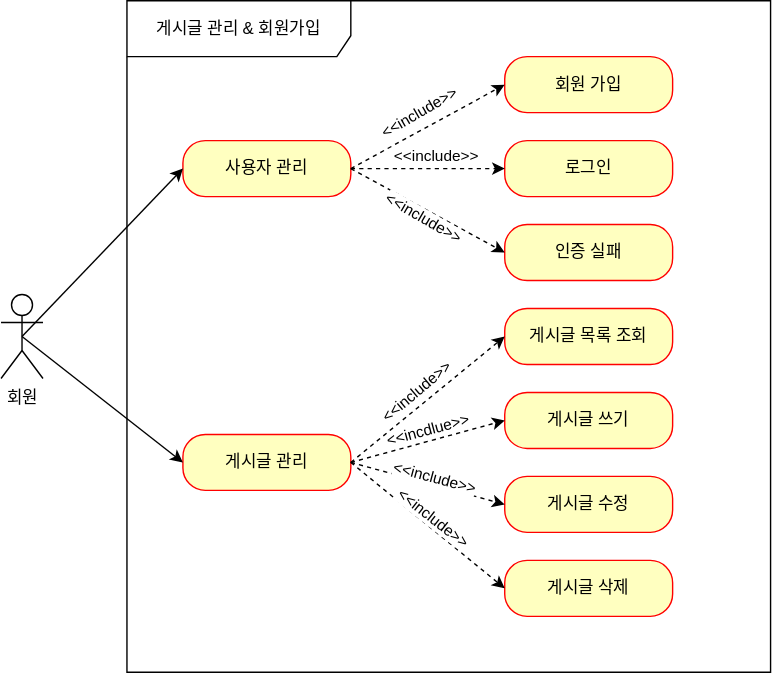
Above: document/Spring.drawio.svg in leejk0924/hhplus-spring (draw.io), before the change. Source tidied: cells renumbered, new cells last; positions are measured from the earlier drawing's top-left corner, leaving out a move shared by most shapes. Its diagram source:
```xml
<mxGraphModel>
  <root>
    <mxCell id="0" />
    <mxCell id="1" parent="0" />
    <mxCell id="2" value="회원" style="shape=umlActor;verticalLabelPosition=bottom;verticalAlign=top;html=1;outlineConnect=0;" parent="1" vertex="1">
      <mxGeometry y="210" width="30" height="60" as="geometry" />
    </mxCell>
    <mxCell id="3" value="게시글 관리 &amp;amp; 회원가입" style="shape=umlFrame;whiteSpace=wrap;html=1;width=160;height=40;" parent="1" vertex="1">
      <mxGeometry x="90" width="460" height="480" as="geometry" />
    </mxCell>
    <mxCell id="4" value="게시글 관리" style="rounded=1;whiteSpace=wrap;html=1;arcSize=40;fontColor=#000000;fillColor=#ffffc0;strokeColor=#ff0000;" parent="1" vertex="1">
      <mxGeometry x="130" y="310" width="120" height="40" as="geometry" />
    </mxCell>
    <mxCell id="5" style="endArrow=classic;html=1;rounded=0;exitX=0.5;exitY=0.5;exitDx=0;exitDy=0;exitPerimeter=0;entryX=0;entryY=0.5;entryDx=0;entryDy=0;" parent="1" edge="1" source="2" target="4">
      <mxGeometry relative="1" as="geometry" />
    </mxCell>
    <mxCell id="6" value="게시글 쓰기" style="rounded=1;whiteSpace=wrap;html=1;arcSize=40;fontColor=#000000;fillColor=#ffffc0;strokeColor=#ff0000;" parent="1" vertex="1">
      <mxGeometry x="360" y="280" width="120" height="40" as="geometry" />
    </mxCell>
    <mxCell id="7" value="게시글 삭제" style="rounded=1;whiteSpace=wrap;html=1;arcSize=40;fontColor=#000000;fillColor=#ffffc0;strokeColor=#ff0000;" parent="1" vertex="1">
      <mxGeometry x="360" y="400" width="120" height="40" as="geometry" />
    </mxCell>
    <mxCell id="8" value="게시글 수정" style="rounded=1;whiteSpace=wrap;html=1;arcSize=40;fontColor=#000000;fillColor=#ffffc0;strokeColor=#ff0000;" parent="1" vertex="1">
      <mxGeometry x="360" y="340" width="120" height="40" as="geometry" />
    </mxCell>
    <mxCell id="9" value="게시글 목록 조회" style="rounded=1;whiteSpace=wrap;html=1;arcSize=40;fontColor=#000000;fillColor=#ffffc0;strokeColor=#ff0000;" parent="1" vertex="1">
      <mxGeometry x="360" y="220" width="120" height="40" as="geometry" />
    </mxCell>
    <mxCell id="10" style="edgeStyle=orthogonalEdgeStyle;rounded=0;orthogonalLoop=1;jettySize=auto;html=1;exitX=0.5;exitY=1;exitDx=0;exitDy=0;" parent="1" edge="1" source="4" target="4">
      <mxGeometry relative="1" as="geometry" />
    </mxCell>
    <mxCell id="11" style="endArrow=classic;html=1;rounded=0;exitX=1;exitY=0.5;exitDx=0;exitDy=0;entryX=0;entryY=0.5;entryDx=0;entryDy=0;dashed=1;" parent="1" edge="1" source="4" target="6">
      <mxGeometry relative="1" as="geometry" />
    </mxCell>
    <mxCell id="12" value="&amp;lt;&amp;lt;incdlue&amp;gt;&amp;gt;" style="edgeLabel;html=1;align=center;verticalAlign=middle;rotation=-15;" parent="11" vertex="1">
      <mxGeometry x="0.29" y="-2" relative="1" as="geometry">
        <mxPoint x="-17" y="-6" as="offset" />
      </mxGeometry>
    </mxCell>
    <mxCell id="13" style="endArrow=classic;html=1;rounded=0;exitX=1;exitY=0.5;exitDx=0;exitDy=0;entryX=0;entryY=0.5;entryDx=0;entryDy=0;dashed=1;" parent="1" edge="1" source="4" target="8">
      <mxGeometry relative="1" as="geometry" />
    </mxCell>
    <mxCell id="14" value="&amp;lt;&amp;lt;include&amp;gt;&amp;gt;" style="edgeLabel;html=1;align=center;verticalAlign=middle;rotation=15;" parent="13" vertex="1">
      <mxGeometry x="0.42" y="-2" relative="1" as="geometry">
        <mxPoint x="-18" y="-13" as="offset" />
      </mxGeometry>
    </mxCell>
    <mxCell id="15" style="endArrow=classic;html=1;rounded=0;exitX=1;exitY=0.5;exitDx=0;exitDy=0;entryX=0;entryY=0.5;entryDx=0;entryDy=0;dashed=1;" parent="1" edge="1" source="4" target="7">
      <mxGeometry relative="1" as="geometry" />
    </mxCell>
    <mxCell id="16" value="&amp;lt;&amp;lt;include&amp;gt;&amp;gt;" style="edgeLabel;html=1;align=center;verticalAlign=middle;rotation=38;" parent="15" vertex="1">
      <mxGeometry x="0.27" y="1" relative="1" as="geometry">
        <mxPoint x="-11" y="-17" as="offset" />
      </mxGeometry>
    </mxCell>
    <mxCell id="17" style="endArrow=classic;html=1;rounded=0;exitX=1;exitY=0.5;exitDx=0;exitDy=0;entryX=0;entryY=0.5;entryDx=0;entryDy=0;dashed=1;" parent="1" edge="1" source="4" target="9">
      <mxGeometry relative="1" as="geometry" />
    </mxCell>
    <mxCell id="18" value="&amp;lt;&amp;lt;include&amp;gt;&amp;gt;" style="edgeLabel;html=1;align=center;verticalAlign=middle;rotation=-40;" parent="17" vertex="1">
      <mxGeometry x="0.48" y="3" relative="1" as="geometry">
        <mxPoint x="-34" y="19" as="offset" />
      </mxGeometry>
    </mxCell>
    <mxCell id="19" value="사용자 관리" style="rounded=1;whiteSpace=wrap;html=1;arcSize=40;fontColor=#000000;fillColor=#ffffc0;strokeColor=#ff0000;" parent="1" vertex="1">
      <mxGeometry x="130" y="100" width="120" height="40" as="geometry" />
    </mxCell>
    <mxCell id="20" value="회원 가입" style="rounded=1;whiteSpace=wrap;html=1;arcSize=40;fontColor=#000000;fillColor=#ffffc0;strokeColor=#ff0000;" parent="1" vertex="1">
      <mxGeometry x="360" y="40" width="120" height="40" as="geometry" />
    </mxCell>
    <mxCell id="21" value="로그인" style="rounded=1;whiteSpace=wrap;html=1;arcSize=40;fontColor=#000000;fillColor=#ffffc0;strokeColor=#ff0000;" parent="1" vertex="1">
      <mxGeometry x="360" y="100" width="120" height="40" as="geometry" />
    </mxCell>
    <mxCell id="22" value="인증 실패" style="rounded=1;whiteSpace=wrap;html=1;arcSize=40;fontColor=#000000;fillColor=#ffffc0;strokeColor=#ff0000;" parent="1" vertex="1">
      <mxGeometry x="360" y="160" width="120" height="40" as="geometry" />
    </mxCell>
    <mxCell id="23" style="endArrow=classic;html=1;rounded=0;exitX=0.5;exitY=0.5;exitDx=0;exitDy=0;exitPerimeter=0;entryX=0;entryY=0.5;entryDx=0;entryDy=0;" parent="1" edge="1" source="2" target="19">
      <mxGeometry relative="1" as="geometry" />
    </mxCell>
    <mxCell id="24" style="endArrow=classic;html=1;rounded=0;exitX=1;exitY=0.5;exitDx=0;exitDy=0;entryX=0;entryY=0.5;entryDx=0;entryDy=0;dashed=1;" parent="1" edge="1" source="19" target="21">
      <mxGeometry relative="1" as="geometry" />
    </mxCell>
    <mxCell id="25" value="&amp;lt;&amp;lt;include&amp;gt;&amp;gt;" style="edgeLabel;html=1;align=center;verticalAlign=middle;rotation=0;" parent="24" vertex="1">
      <mxGeometry x="0.48" y="3" relative="1" as="geometry">
        <mxPoint x="-21" y="-7" as="offset" />
      </mxGeometry>
    </mxCell>
    <mxCell id="26" style="endArrow=classic;html=1;rounded=0;exitX=1;exitY=0.5;exitDx=0;exitDy=0;entryX=0;entryY=0.5;entryDx=0;entryDy=0;dashed=1;" parent="1" edge="1" source="19" target="20">
      <mxGeometry relative="1" as="geometry" />
    </mxCell>
    <mxCell id="27" value="&amp;lt;&amp;lt;include&amp;gt;&amp;gt;" style="edgeLabel;html=1;align=center;verticalAlign=middle;rotation=-30;" parent="26" vertex="1">
      <mxGeometry x="0.48" y="3" relative="1" as="geometry">
        <mxPoint x="-31" y="7" as="offset" />
      </mxGeometry>
    </mxCell>
    <mxCell id="28" style="endArrow=classic;html=1;rounded=0;exitX=1;exitY=0.5;exitDx=0;exitDy=0;entryX=0;entryY=0.5;entryDx=0;entryDy=0;dashed=1;" parent="1" edge="1" source="19" target="22">
      <mxGeometry relative="1" as="geometry" />
    </mxCell>
    <mxCell id="29" value="&amp;lt;&amp;lt;include&amp;gt;&amp;gt;" style="edgeLabel;html=1;align=center;verticalAlign=middle;rotation=30;" parent="28" vertex="1">
      <mxGeometry x="0.48" y="3" relative="1" as="geometry">
        <mxPoint x="-31" y="-7" as="offset" />
      </mxGeometry>
    </mxCell>
  </root>
</mxGraphModel>
```
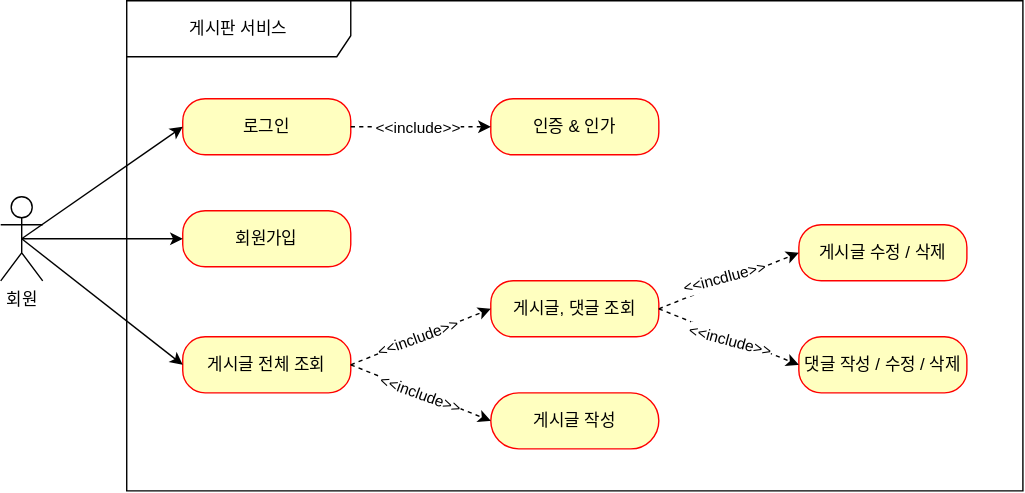
Above is the later version.

Commit message:
Docs: #11 - 유즈케이스 업데이트

Diff of the diagram source:
```diff
@@ -3,102 +3,88 @@
     <mxCell id="0" />
     <mxCell id="1" parent="0" />
     <mxCell id="2" value="회원" style="shape=umlActor;verticalLabelPosition=bottom;verticalAlign=top;html=1;outlineConnect=0;" parent="1" vertex="1">
-      <mxGeometry y="210" width="30" height="60" as="geometry" />
+      <mxGeometry x="-90" y="220" width="30" height="60" as="geometry" />
     </mxCell>
-    <mxCell id="3" value="게시글 관리 &amp;amp; 회원가입" style="shape=umlFrame;whiteSpace=wrap;html=1;width=160;height=40;" parent="1" vertex="1">
-      <mxGeometry x="90" width="460" height="480" as="geometry" />
+    <mxCell id="3" value="게시판 서비스" style="shape=umlFrame;whiteSpace=wrap;html=1;width=160;height=40;" parent="1" vertex="1">
+      <mxGeometry y="80" width="640" height="350" as="geometry" />
     </mxCell>
-    <mxCell id="4" value="게시글 관리" style="rounded=1;whiteSpace=wrap;html=1;arcSize=40;fontColor=#000000;fillColor=#ffffc0;strokeColor=#ff0000;" parent="1" vertex="1">
-      <mxGeometry x="130" y="310" width="120" height="40" as="geometry" />
+    <mxCell id="4" value="게시글 전체 조회" style="rounded=1;whiteSpace=wrap;html=1;arcSize=40;fontColor=#000000;fillColor=#ffffc0;strokeColor=#ff0000;" parent="1" vertex="1">
+      <mxGeometry x="40" y="320" width="120" height="40" as="geometry" />
     </mxCell>
     <mxCell id="5" style="endArrow=classic;html=1;rounded=0;exitX=0.5;exitY=0.5;exitDx=0;exitDy=0;exitPerimeter=0;entryX=0;entryY=0.5;entryDx=0;entryDy=0;" parent="1" edge="1" source="2" target="4">
       <mxGeometry relative="1" as="geometry" />
     </mxCell>
-    <mxCell id="6" value="게시글 쓰기" style="rounded=1;whiteSpace=wrap;html=1;arcSize=40;fontColor=#000000;fillColor=#ffffc0;strokeColor=#ff0000;" parent="1" vertex="1">
-      <mxGeometry x="360" y="280" width="120" height="40" as="geometry" />
+    <mxCell id="6" value="게시글 수정 / 삭제" style="rounded=1;whiteSpace=wrap;html=1;arcSize=40;fontColor=#000000;fillColor=#ffffc0;strokeColor=#ff0000;" parent="1" vertex="1">
+      <mxGeometry x="480" y="240" width="120" height="40" as="geometry" />
     </mxCell>
-    <mxCell id="7" value="게시글 삭제" style="rounded=1;whiteSpace=wrap;html=1;arcSize=40;fontColor=#000000;fillColor=#ffffc0;strokeColor=#ff0000;" parent="1" vertex="1">
-      <mxGeometry x="360" y="400" width="120" height="40" as="geometry" />
-    </mxCell>
-    <mxCell id="8" value="게시글 수정" style="rounded=1;whiteSpace=wrap;html=1;arcSize=40;fontColor=#000000;fillColor=#ffffc0;strokeColor=#ff0000;" parent="1" vertex="1">
-      <mxGeometry x="360" y="340" width="120" height="40" as="geometry" />
+    <mxCell id="8" value="댓글 작성 / 수정 / 삭제" style="rounded=1;whiteSpace=wrap;html=1;arcSize=40;fontColor=#000000;fillColor=#ffffc0;strokeColor=#ff0000;" parent="1" vertex="1">
+      <mxGeometry x="480" y="320" width="120" height="40" as="geometry" />
     </mxCell>
-    <mxCell id="9" value="게시글 목록 조회" style="rounded=1;whiteSpace=wrap;html=1;arcSize=40;fontColor=#000000;fillColor=#ffffc0;strokeColor=#ff0000;" parent="1" vertex="1">
-      <mxGeometry x="360" y="220" width="120" height="40" as="geometry" />
+    <mxCell id="9" value="게시글, 댓글 조회" style="rounded=1;whiteSpace=wrap;html=1;arcSize=40;fontColor=#000000;fillColor=#ffffc0;strokeColor=#ff0000;" parent="1" vertex="1">
+      <mxGeometry x="260" y="280" width="120" height="40" as="geometry" />
     </mxCell>
     <mxCell id="10" style="edgeStyle=orthogonalEdgeStyle;rounded=0;orthogonalLoop=1;jettySize=auto;html=1;exitX=0.5;exitY=1;exitDx=0;exitDy=0;" parent="1" edge="1" source="4" target="4">
       <mxGeometry relative="1" as="geometry" />
     </mxCell>
-    <mxCell id="11" style="endArrow=classic;html=1;rounded=0;exitX=1;exitY=0.5;exitDx=0;exitDy=0;entryX=0;entryY=0.5;entryDx=0;entryDy=0;dashed=1;" parent="1" edge="1" source="4" target="6">
+    <mxCell id="11" style="endArrow=classic;html=1;rounded=0;exitX=1;exitY=0.5;exitDx=0;exitDy=0;entryX=0;entryY=0.5;entryDx=0;entryDy=0;dashed=1;" parent="1" edge="1" source="9" target="6">
       <mxGeometry relative="1" as="geometry" />
     </mxCell>
     <mxCell id="12" value="&amp;lt;&amp;lt;incdlue&amp;gt;&amp;gt;" style="edgeLabel;html=1;align=center;verticalAlign=middle;rotation=-15;" parent="11" vertex="1">
       <mxGeometry x="0.29" y="-2" relative="1" as="geometry">
-        <mxPoint x="-17" y="-6" as="offset" />
+        <mxPoint x="-20" y="2" as="offset" />
       </mxGeometry>
     </mxCell>
-    <mxCell id="13" style="endArrow=classic;html=1;rounded=0;exitX=1;exitY=0.5;exitDx=0;exitDy=0;entryX=0;entryY=0.5;entryDx=0;entryDy=0;dashed=1;" parent="1" edge="1" source="4" target="8">
+    <mxCell id="13" style="endArrow=classic;html=1;rounded=0;exitX=1;exitY=0.5;exitDx=0;exitDy=0;entryX=0;entryY=0.5;entryDx=0;entryDy=0;dashed=1;" parent="1" edge="1" source="9" target="8">
       <mxGeometry relative="1" as="geometry" />
     </mxCell>
     <mxCell id="14" value="&amp;lt;&amp;lt;include&amp;gt;&amp;gt;" style="edgeLabel;html=1;align=center;verticalAlign=middle;rotation=15;" parent="13" vertex="1">
       <mxGeometry x="0.42" y="-2" relative="1" as="geometry">
-        <mxPoint x="-18" y="-13" as="offset" />
+        <mxPoint x="-19" y="-8" as="offset" />
       </mxGeometry>
     </mxCell>
-    <mxCell id="15" style="endArrow=classic;html=1;rounded=0;exitX=1;exitY=0.5;exitDx=0;exitDy=0;entryX=0;entryY=0.5;entryDx=0;entryDy=0;dashed=1;" parent="1" edge="1" source="4" target="7">
-      <mxGeometry relative="1" as="geometry" />
-    </mxCell>
-    <mxCell id="16" value="&amp;lt;&amp;lt;include&amp;gt;&amp;gt;" style="edgeLabel;html=1;align=center;verticalAlign=middle;rotation=38;" parent="15" vertex="1">
-      <mxGeometry x="0.27" y="1" relative="1" as="geometry">
-        <mxPoint x="-11" y="-17" as="offset" />
-      </mxGeometry>
-    </mxCell>
-    <mxCell id="17" style="endArrow=classic;html=1;rounded=0;exitX=1;exitY=0.5;exitDx=0;exitDy=0;entryX=0;entryY=0.5;entryDx=0;entryDy=0;dashed=1;" parent="1" edge="1" source="4" target="9">
-      <mxGeometry relative="1" as="geometry" />
+    <mxCell id="17" style="endArrow=classic;html=1;rounded=0;entryX=0;entryY=0.5;entryDx=0;entryDy=0;dashed=1;" parent="1" edge="1" target="9">
+      <mxGeometry relative="1" as="geometry">
+        <mxPoint x="160" y="340" as="sourcePoint" />
+      </mxGeometry>
     </mxCell>
-    <mxCell id="18" value="&amp;lt;&amp;lt;include&amp;gt;&amp;gt;" style="edgeLabel;html=1;align=center;verticalAlign=middle;rotation=-40;" parent="17" vertex="1">
+    <mxCell id="18" value="&amp;lt;&amp;lt;include&amp;gt;&amp;gt;" style="edgeLabel;html=1;align=center;verticalAlign=middle;rotation=-20;" parent="17" vertex="1">
       <mxGeometry x="0.48" y="3" relative="1" as="geometry">
-        <mxPoint x="-34" y="19" as="offset" />
+        <mxPoint x="-26" y="13" as="offset" />
       </mxGeometry>
     </mxCell>
-    <mxCell id="19" value="사용자 관리" style="rounded=1;whiteSpace=wrap;html=1;arcSize=40;fontColor=#000000;fillColor=#ffffc0;strokeColor=#ff0000;" parent="1" vertex="1">
-      <mxGeometry x="130" y="100" width="120" height="40" as="geometry" />
+    <mxCell id="19" value="회원가입" style="rounded=1;whiteSpace=wrap;html=1;arcSize=40;fontColor=#000000;fillColor=#ffffc0;strokeColor=#ff0000;" parent="1" vertex="1">
+      <mxGeometry x="40" y="230" width="120" height="40" as="geometry" />
     </mxCell>
-    <mxCell id="20" value="회원 가입" style="rounded=1;whiteSpace=wrap;html=1;arcSize=40;fontColor=#000000;fillColor=#ffffc0;strokeColor=#ff0000;" parent="1" vertex="1">
-      <mxGeometry x="360" y="40" width="120" height="40" as="geometry" />
-    </mxCell>
     <mxCell id="21" value="로그인" style="rounded=1;whiteSpace=wrap;html=1;arcSize=40;fontColor=#000000;fillColor=#ffffc0;strokeColor=#ff0000;" parent="1" vertex="1">
-      <mxGeometry x="360" y="100" width="120" height="40" as="geometry" />
+      <mxGeometry x="40" y="150" width="120" height="40" as="geometry" />
     </mxCell>
-    <mxCell id="22" value="인증 실패" style="rounded=1;whiteSpace=wrap;html=1;arcSize=40;fontColor=#000000;fillColor=#ffffc0;strokeColor=#ff0000;" parent="1" vertex="1">
-      <mxGeometry x="360" y="160" width="120" height="40" as="geometry" />
-    </mxCell>
     <mxCell id="23" style="endArrow=classic;html=1;rounded=0;exitX=0.5;exitY=0.5;exitDx=0;exitDy=0;exitPerimeter=0;entryX=0;entryY=0.5;entryDx=0;entryDy=0;" parent="1" edge="1" source="2" target="19">
       <mxGeometry relative="1" as="geometry" />
     </mxCell>
-    <mxCell id="24" style="endArrow=classic;html=1;rounded=0;exitX=1;exitY=0.5;exitDx=0;exitDy=0;entryX=0;entryY=0.5;entryDx=0;entryDy=0;dashed=1;" parent="1" edge="1" source="19" target="21">
-      <mxGeometry relative="1" as="geometry" />
-    </mxCell>
+    <mxCell id="30" style="endArrow=classic;html=1;rounded=0;exitX=0.5;exitY=0.5;exitDx=0;exitDy=0;exitPerimeter=0;entryX=0;entryY=0.5;entryDx=0;entryDy=0;" parent="1" edge="1" source="2" target="21">
+      <mxGeometry relative="1" as="geometry" />
+    </mxCell>
+    <mxCell id="31" value="인증 &amp;amp; 인가" style="rounded=1;whiteSpace=wrap;html=1;arcSize=40;fontColor=#000000;fillColor=#ffffc0;strokeColor=#ff0000;" parent="1" vertex="1">
+      <mxGeometry x="260" y="150" width="120" height="40" as="geometry" />
+    </mxCell>
+    <mxCell id="32" style="endArrow=classic;html=1;rounded=0;exitX=1;exitY=0.5;exitDx=0;exitDy=0;entryX=0;entryY=0.5;entryDx=0;entryDy=0;dashed=1;" parent="1" edge="1" source="21" target="31">
+      <mxGeometry relative="1" as="geometry" />
+    </mxCell>
-    <mxCell id="25" value="&amp;lt;&amp;lt;include&amp;gt;&amp;gt;" style="edgeLabel;html=1;align=center;verticalAlign=middle;rotation=0;" parent="24" vertex="1">
+    <mxCell id="25" value="&amp;lt;&amp;lt;include&amp;gt;&amp;gt;" style="edgeLabel;html=1;align=center;verticalAlign=middle;rotation=0;" parent="32" vertex="1">
       <mxGeometry x="0.48" y="3" relative="1" as="geometry">
-        <mxPoint x="-21" y="-7" as="offset" />
+        <mxPoint x="-26" y="3" as="offset" />
       </mxGeometry>
     </mxCell>
-    <mxCell id="26" style="endArrow=classic;html=1;rounded=0;exitX=1;exitY=0.5;exitDx=0;exitDy=0;entryX=0;entryY=0.5;entryDx=0;entryDy=0;dashed=1;" parent="1" edge="1" source="19" target="20">
-      <mxGeometry relative="1" as="geometry" />
-    </mxCell>
-    <mxCell id="27" value="&amp;lt;&amp;lt;include&amp;gt;&amp;gt;" style="edgeLabel;html=1;align=center;verticalAlign=middle;rotation=-30;" parent="26" vertex="1">
-      <mxGeometry x="0.48" y="3" relative="1" as="geometry">
-        <mxPoint x="-31" y="7" as="offset" />
-      </mxGeometry>
-    </mxCell>
-    <mxCell id="28" style="endArrow=classic;html=1;rounded=0;exitX=1;exitY=0.5;exitDx=0;exitDy=0;entryX=0;entryY=0.5;entryDx=0;entryDy=0;dashed=1;" parent="1" edge="1" source="19" target="22">
-      <mxGeometry relative="1" as="geometry" />
-    </mxCell>
-    <mxCell id="29" value="&amp;lt;&amp;lt;include&amp;gt;&amp;gt;" style="edgeLabel;html=1;align=center;verticalAlign=middle;rotation=30;" parent="28" vertex="1">
-      <mxGeometry x="0.48" y="3" relative="1" as="geometry">
-        <mxPoint x="-31" y="-7" as="offset" />
-      </mxGeometry>
-    </mxCell>
+    <mxCell id="33" value="게시글 작성" style="rounded=1;whiteSpace=wrap;html=1;arcSize=50;fontColor=#000000;fillColor=#ffffc0;strokeColor=#ff0000;" parent="1" vertex="1">
+      <mxGeometry x="260" y="360" width="120" height="40" as="geometry" />
+    </mxCell>
+    <mxCell id="34" style="endArrow=classic;html=1;rounded=0;entryX=0;entryY=0.5;entryDx=0;entryDy=0;dashed=1;exitX=1;exitY=0.5;exitDx=0;exitDy=0;" parent="1" edge="1" source="4" target="33">
+      <mxGeometry relative="1" as="geometry" />
+    </mxCell>
+    <mxCell id="35" value="&amp;lt;&amp;lt;include&amp;gt;&amp;gt;" style="edgeLabel;html=1;align=center;verticalAlign=middle;rotation=20;" parent="34" vertex="1">
+      <mxGeometry x="0.48" y="3" relative="1" as="geometry">
+        <mxPoint x="-26" y="-7" as="offset" />
+      </mxGeometry>
+    </mxCell>
   </root>
 </mxGraphModel>
```
